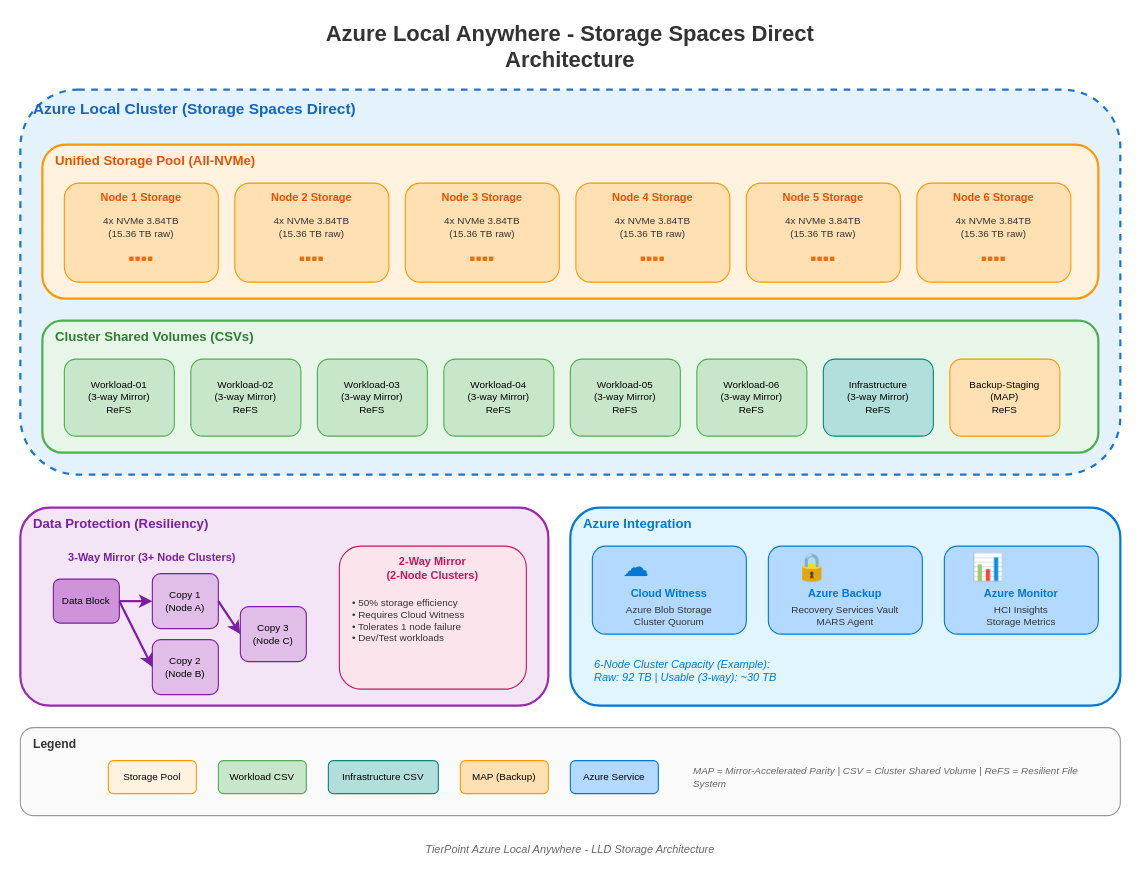
Earlier version of the draw.io diagram docs/assets/diagrams/lld/lld-storage-architecture.drawio (AzureLocal/azurelocal.github.io). Source tidied: cells renumbered, new cells numbered last; positions are measured from the earlier drawing's top-left corner, leaving out a move shared by most shapes. Both pictures are drawn from the tidied source at 110%, with x=0, y=0 at pixel (20, 23).
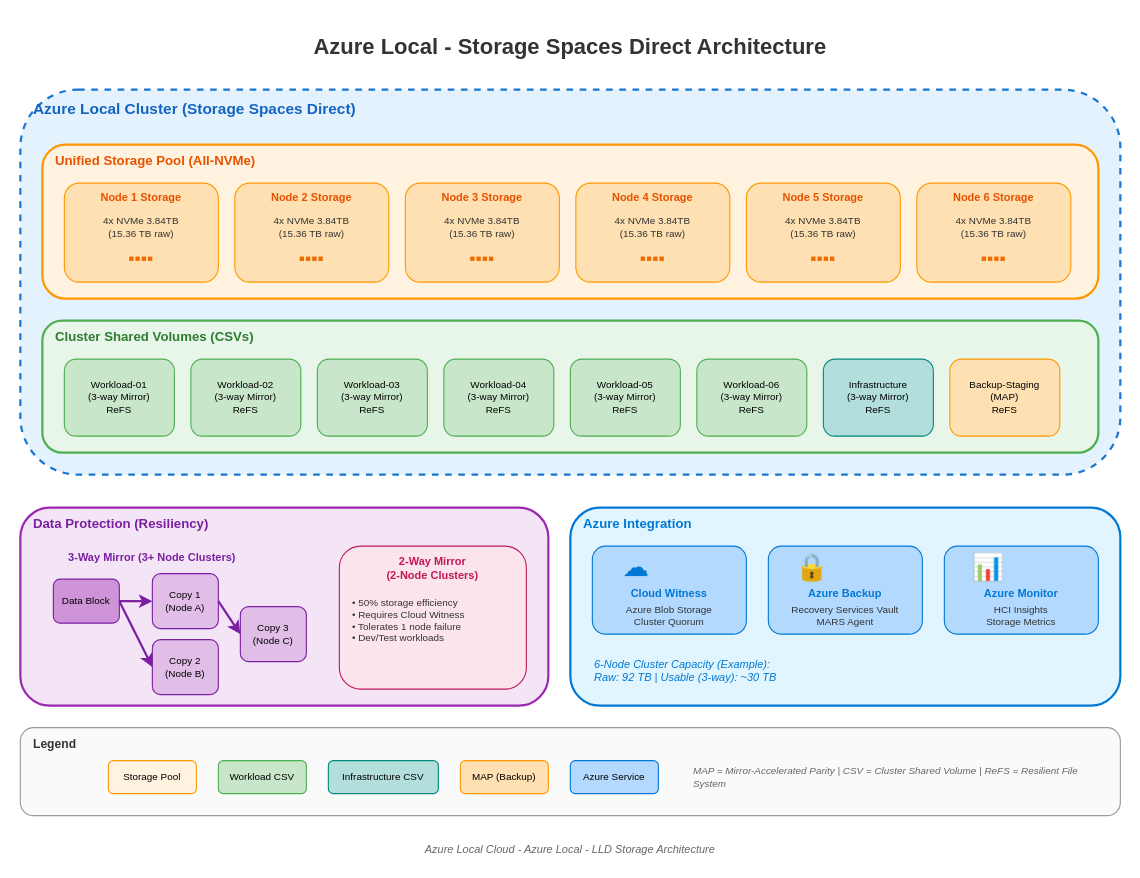
The same diagram, later.

Change to the diagram source:
```diff
@@
-    <mxCell id="2" value="Azure Local Anywhere - Storage Spaces Direct Architecture" style="text;html=1;strokeColor=none;fillColor=none;align=center;verticalAlign=middle;whiteSpace=wrap;rounded=0;fontSize=20;fontStyle=1;fontColor=#333333;" parent="1" vertex="1">
+    <mxCell id="2" value="Azure Local - Storage Spaces Direct Architecture" style="text;html=1;strokeColor=none;fillColor=none;align=center;verticalAlign=middle;whiteSpace=wrap;rounded=0;fontSize=20;fontStyle=1;fontColor=#333333;" parent="1" vertex="1">
       <mxGeometry x="250" width="500" height="40" as="geometry" />
     </mxCell>
@@
-    <mxCell id="77" value="TierPoint Azure Local Anywhere - LLD Storage Architecture" style="text;html=1;strokeColor=none;fillColor=none;align=center;verticalAlign=middle;whiteSpace=wrap;rounded=0;fontSize=10;fontStyle=2;fontColor=#666666;" parent="1" vertex="1">
+    <mxCell id="77" value="Azure Local Cloud - Azure Local - LLD Storage Architecture" style="text;html=1;strokeColor=none;fillColor=none;align=center;verticalAlign=middle;whiteSpace=wrap;rounded=0;fontSize=10;fontStyle=2;fontColor=#666666;" parent="1" vertex="1">
       <mxGeometry x="350" y="740" width="300" height="20" as="geometry" />
     </mxCell>
```
